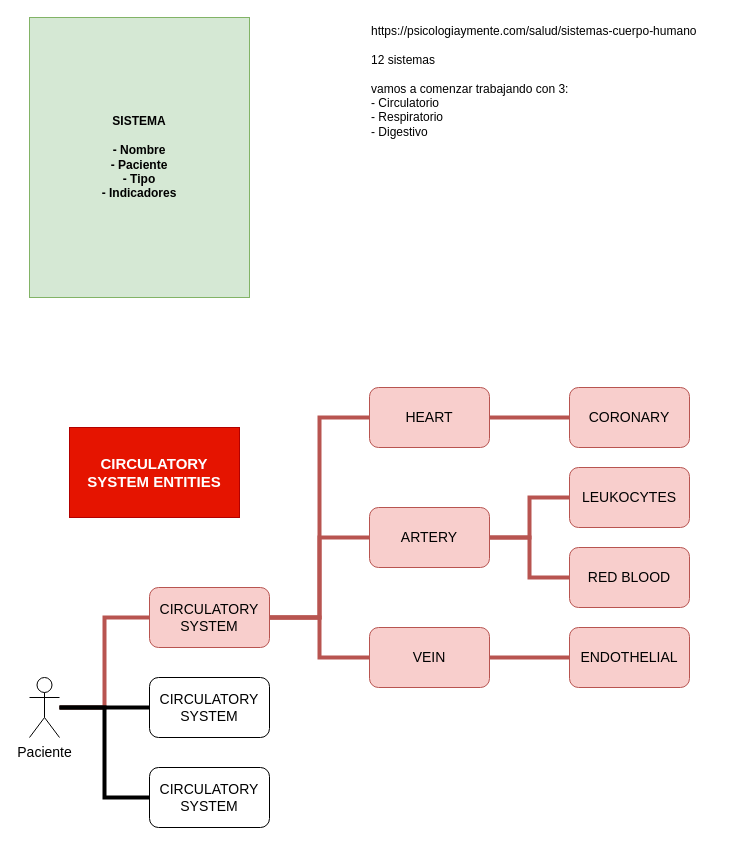
The draw.io diagram page "SISTEMAS" (5 of 6) of arch-design/cellprom-arch-functionality.drawio in cellprom/cellprom-arq-doc, before the edit. Source tidied: cells renumbered, new cells numbered last; positions are measured from the earlier drawing's top-left corner, leaving out a move shared by most shapes. Both pictures are drawn from the tidied source at 100%, with x=0, y=0 at pixel (29, 17).
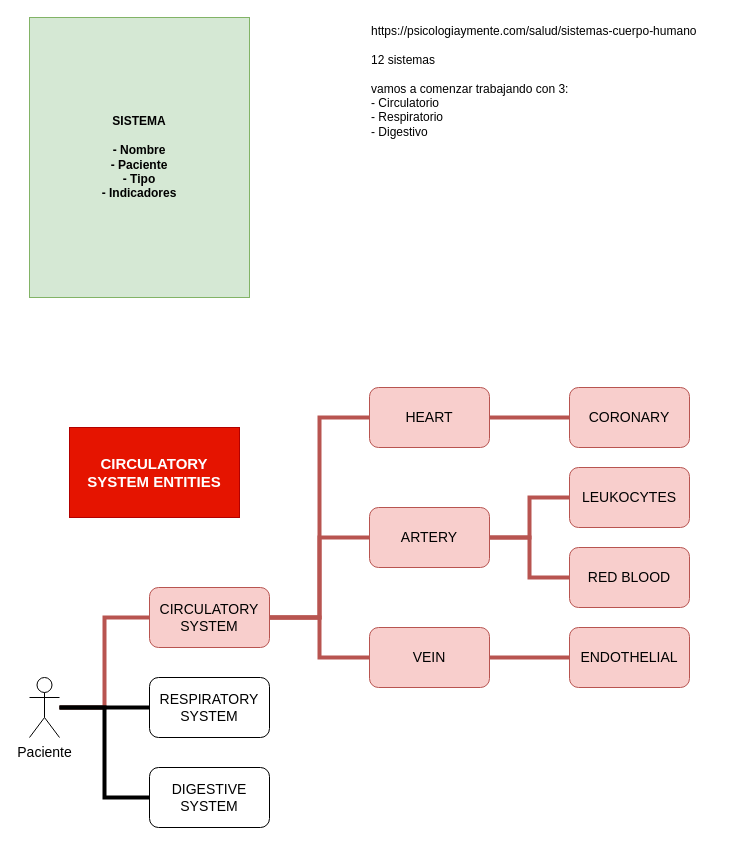
After the change.

What changed in the source:
```diff
@@
-    <mxCell id="12" value="CIRCULATORY SYSTEM" style="rounded=1;whiteSpace=wrap;html=1;fontSize=14;" parent="1" vertex="1">
+    <mxCell id="12" value="RESPIRATORY&lt;br&gt;SYSTEM" style="rounded=1;whiteSpace=wrap;html=1;fontSize=14;" parent="1" vertex="1">
       <mxGeometry x="120" y="660" width="120" height="60" as="geometry" />
     </mxCell>
-    <mxCell id="13" value="CIRCULATORY SYSTEM" style="rounded=1;whiteSpace=wrap;html=1;fontSize=14;" parent="1" vertex="1">
+    <mxCell id="13" value="DIGESTIVE&lt;br&gt;SYSTEM" style="rounded=1;whiteSpace=wrap;html=1;fontSize=14;" parent="1" vertex="1">
       <mxGeometry x="120" y="750" width="120" height="60" as="geometry" />
     </mxCell>
```
